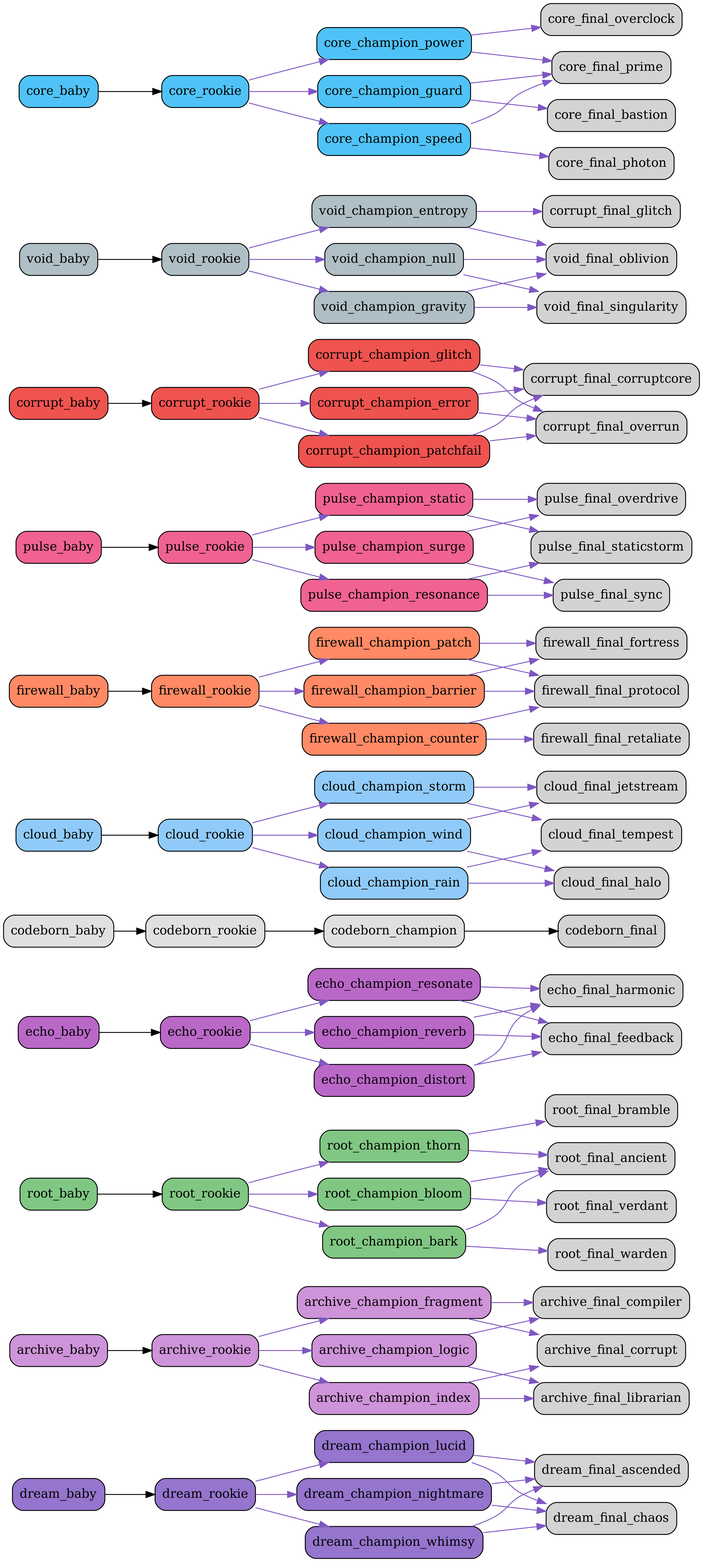
The Graphviz diagram src/netgrid/systems/evolution/graphs/full/evolution_graph.png in bwlight/NetGrid, before a commit. Its source is kept beside it as src/netgrid/systems/evolution/graphs/full/evolution_graph.dot.
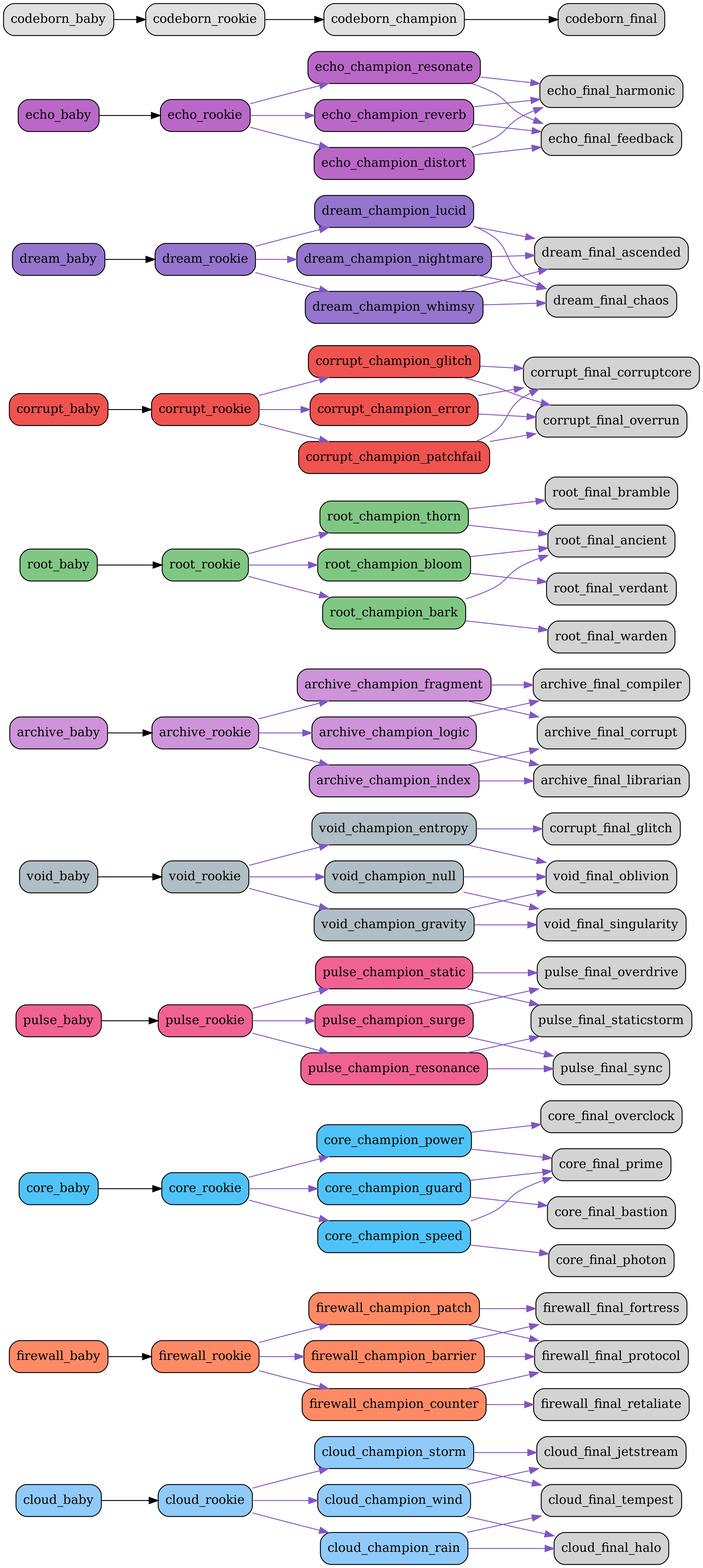
The same diagram one commit later.

Commit message:
Auto-update evolution graphs

The edit, as a diff of the source:
```diff
@@ -1,21 +1,81 @@
 digraph EvolutionTree {
   rankdir=LR;
   node [shape=box, style="rounded,filled"];
-  "dream_baby" [fillcolor="#9575cd"];
-  "dream_baby" -> "dream_rookie";
-  "dream_rookie" [fillcolor="#9575cd"];
-  "dream_rookie" -> "dream_champion_lucid" [color="#7e57c2"];
-  "dream_rookie" -> "dream_champion_nightmare" [color="#7e57c2"];
-  "dream_rookie" -> "dream_champion_whimsy" [color="#7e57c2"];
-  "dream_champion_lucid" [fillcolor="#9575cd"];
-  "dream_champion_lucid" -> "dream_final_ascended" [color="#7e57c2"];
-  "dream_champion_lucid" -> "dream_final_chaos" [color="#7e57c2"];
-  "dream_champion_nightmare" [fillcolor="#9575cd"];
-  "dream_champion_nightmare" -> "dream_final_chaos" [color="#7e57c2"];
-  "dream_champion_nightmare" -> "dream_final_ascended" [color="#7e57c2"];
-  "dream_champion_whimsy" [fillcolor="#9575cd"];
-  "dream_champion_whimsy" -> "dream_final_ascended" [color="#7e57c2"];
-  "dream_champion_whimsy" -> "dream_final_chaos" [color="#7e57c2"];
+  "cloud_baby" [fillcolor="#90caf9"];
+  "cloud_baby" -> "cloud_rookie";
+  "cloud_rookie" [fillcolor="#90caf9"];
+  "cloud_rookie" -> "cloud_champion_wind" [color="#7e57c2"];
+  "cloud_rookie" -> "cloud_champion_rain" [color="#7e57c2"];
+  "cloud_rookie" -> "cloud_champion_storm" [color="#7e57c2"];
+  "cloud_champion_wind" [fillcolor="#90caf9"];
+  "cloud_champion_wind" -> "cloud_final_jetstream" [color="#7e57c2"];
+  "cloud_champion_wind" -> "cloud_final_halo" [color="#7e57c2"];
+  "cloud_champion_rain" [fillcolor="#90caf9"];
+  "cloud_champion_rain" -> "cloud_final_halo" [color="#7e57c2"];
+  "cloud_champion_rain" -> "cloud_final_tempest" [color="#7e57c2"];
+  "cloud_champion_storm" [fillcolor="#90caf9"];
+  "cloud_champion_storm" -> "cloud_final_tempest" [color="#7e57c2"];
+  "cloud_champion_storm" -> "cloud_final_jetstream" [color="#7e57c2"];
+  "firewall_baby" [fillcolor="#ff8a65"];
+  "firewall_baby" -> "firewall_rookie";
+  "firewall_rookie" [fillcolor="#ff8a65"];
+  "firewall_rookie" -> "firewall_champion_barrier" [color="#7e57c2"];
+  "firewall_rookie" -> "firewall_champion_counter" [color="#7e57c2"];
+  "firewall_rookie" -> "firewall_champion_patch" [color="#7e57c2"];
+  "firewall_champion_barrier" [fillcolor="#ff8a65"];
+  "firewall_champion_barrier" -> "firewall_final_fortress" [color="#7e57c2"];
+  "firewall_champion_barrier" -> "firewall_final_protocol" [color="#7e57c2"];
+  "firewall_champion_counter" [fillcolor="#ff8a65"];
+  "firewall_champion_counter" -> "firewall_final_retaliate" [color="#7e57c2"];
+  "firewall_champion_counter" -> "firewall_final_protocol" [color="#7e57c2"];
+  "firewall_champion_patch" [fillcolor="#ff8a65"];
+  "firewall_champion_patch" -> "firewall_final_protocol" [color="#7e57c2"];
+  "firewall_champion_patch" -> "firewall_final_fortress" [color="#7e57c2"];
+  "core_baby" [fillcolor="#4fc3f7"];
+  "core_baby" -> "core_rookie";
+  "core_rookie" [fillcolor="#4fc3f7"];
+  "core_rookie" -> "core_champion_power" [color="#7e57c2"];
+  "core_rookie" -> "core_champion_guard" [color="#7e57c2"];
+  "core_rookie" -> "core_champion_speed" [color="#7e57c2"];
+  "core_champion_power" [fillcolor="#4fc3f7"];
+  "core_champion_power" -> "core_final_overclock" [color="#7e57c2"];
+  "core_champion_power" -> "core_final_prime" [color="#7e57c2"];
+  "core_champion_guard" [fillcolor="#4fc3f7"];
+  "core_champion_guard" -> "core_final_bastion" [color="#7e57c2"];
+  "core_champion_guard" -> "core_final_prime" [color="#7e57c2"];
+  "core_champion_speed" [fillcolor="#4fc3f7"];
+  "core_champion_speed" -> "core_final_photon" [color="#7e57c2"];
+  "core_champion_speed" -> "core_final_prime" [color="#7e57c2"];
+  "pulse_baby" [fillcolor="#f06292"];
+  "pulse_baby" -> "pulse_rookie";
+  "pulse_rookie" [fillcolor="#f06292"];
+  "pulse_rookie" -> "pulse_champion_surge" [color="#7e57c2"];
+  "pulse_rookie" -> "pulse_champion_resonance" [color="#7e57c2"];
+  "pulse_rookie" -> "pulse_champion_static" [color="#7e57c2"];
+  "pulse_champion_surge" [fillcolor="#f06292"];
+  "pulse_champion_surge" -> "pulse_final_overdrive" [color="#7e57c2"];
+  "pulse_champion_surge" -> "pulse_final_sync" [color="#7e57c2"];
+  "pulse_champion_resonance" [fillcolor="#f06292"];
+  "pulse_champion_resonance" -> "pulse_final_sync" [color="#7e57c2"];
+  "pulse_champion_resonance" -> "pulse_final_staticstorm" [color="#7e57c2"];
+  "pulse_champion_static" [fillcolor="#f06292"];
+  "pulse_champion_static" -> "pulse_final_staticstorm" [color="#7e57c2"];
+  "pulse_champion_static" -> "pulse_final_overdrive" [color="#7e57c2"];
+  "void_baby" [fillcolor="#b0bec5"];
+  "void_baby" -> "void_rookie";
+  "void_rookie" [fillcolor="#b0bec5"];
+  "void_rookie" -> "void_champion_entropy" [color="#7e57c2"];
+  "void_rookie" -> "void_champion_gravity" [color="#7e57c2"];
+  "void_rookie" -> "void_champion_null" [color="#7e57c2"];
+  "void_champion_entropy" [fillcolor="#b0bec5"];
+  "void_champion_entropy" -> "corrupt_final_glitch" [color="#7e57c2"];
+  "void_champion_entropy" -> "void_final_oblivion" [color="#7e57c2"];
+  "void_champion_gravity" [fillcolor="#b0bec5"];
+  "void_champion_gravity" -> "void_final_singularity" [color="#7e57c2"];
+  "void_champion_gravity" -> "void_final_oblivion" [color="#7e57c2"];
+  "void_champion_null" [fillcolor="#b0bec5"];
+  "void_champion_null" -> "void_final_oblivion" [color="#7e57c2"];
+  "void_champion_null" -> "void_final_singularity" [color="#7e57c2"];
   "archive_baby" [fillcolor="#ce93d8"];
   "archive_baby" -> "archive_rookie";
   "archive_rookie" [fillcolor="#ce93d8"];
@@ -46,6 +106,36 @@
   "root_champion_bark" [fillcolor="#81c784"];
   "root_champion_bark" -> "root_final_warden" [color="#7e57c2"];
   "root_champion_bark" -> "root_final_ancient" [color="#7e57c2"];
+  "corrupt_baby" [fillcolor="#ef5350"];
+  "corrupt_baby" -> "corrupt_rookie";
+  "corrupt_rookie" [fillcolor="#ef5350"];
+  "corrupt_rookie" -> "corrupt_champion_glitch" [color="#7e57c2"];
+  "corrupt_rookie" -> "corrupt_champion_error" [color="#7e57c2"];
+  "corrupt_rookie" -> "corrupt_champion_patchfail" [color="#7e57c2"];
+  "corrupt_champion_glitch" [fillcolor="#ef5350"];
+  "corrupt_champion_glitch" -> "corrupt_final_corruptcore" [color="#7e57c2"];
+  "corrupt_champion_glitch" -> "corrupt_final_overrun" [color="#7e57c2"];
+  "corrupt_champion_error" [fillcolor="#ef5350"];
+  "corrupt_champion_error" -> "corrupt_final_overrun" [color="#7e57c2"];
+  "corrupt_champion_error" -> "corrupt_final_corruptcore" [color="#7e57c2"];
+  "corrupt_champion_patchfail" [fillcolor="#ef5350"];
+  "corrupt_champion_patchfail" -> "corrupt_final_corruptcore" [color="#7e57c2"];
+  "corrupt_champion_patchfail" -> "corrupt_final_overrun" [color="#7e57c2"];
+  "dream_baby" [fillcolor="#9575cd"];
+  "dream_baby" -> "dream_rookie";
+  "dream_rookie" [fillcolor="#9575cd"];
+  "dream_rookie" -> "dream_champion_lucid" [color="#7e57c2"];
+  "dream_rookie" -> "dream_champion_nightmare" [color="#7e57c2"];
+  "dream_rookie" -> "dream_champion_whimsy" [color="#7e57c2"];
+  "dream_champion_lucid" [fillcolor="#9575cd"];
+  "dream_champion_lucid" -> "dream_final_ascended" [color="#7e57c2"];
+  "dream_champion_lucid" -> "dream_final_chaos" [color="#7e57c2"];
+  "dream_champion_nightmare" [fillcolor="#9575cd"];
+  "dream_champion_nightmare" -> "dream_final_chaos" [color="#7e57c2"];
+  "dream_champion_nightmare" -> "dream_final_ascended" [color="#7e57c2"];
+  "dream_champion_whimsy" [fillcolor="#9575cd"];
+  "dream_champion_whimsy" -> "dream_final_ascended" [color="#7e57c2"];
+  "dream_champion_whimsy" -> "dream_final_chaos" [color="#7e57c2"];
   "echo_baby" [fillcolor="#ba68c8"];
   "echo_baby" -> "echo_rookie";
   "echo_rookie" [fillcolor="#ba68c8"];
@@ -67,94 +157,4 @@
   "codeborn_rookie" -> "codeborn_champion";
   "codeborn_champion" [fillcolor="#e0e0e0"];
   "codeborn_champion" -> "codeborn_final";
-  "cloud_baby" [fillcolor="#90caf9"];
-  "cloud_baby" -> "cloud_rookie";
-  "cloud_rookie" [fillcolor="#90caf9"];
-  "cloud_rookie" -> "cloud_champion_wind" [color="#7e57c2"];
-  "cloud_rookie" -> "cloud_champion_rain" [color="#7e57c2"];
-  "cloud_rookie" -> "cloud_champion_storm" [color="#7e57c2"];
-  "cloud_champion_wind" [fillcolor="#90caf9"];
-  "cloud_champion_wind" -> "cloud_final_jetstream" [color="#7e57c2"];
-  "cloud_champion_wind" -> "cloud_final_halo" [color="#7e57c2"];
-  "cloud_champion_rain" [fillcolor="#90caf9"];
-  "cloud_champion_rain" -> "cloud_final_halo" [color="#7e57c2"];
-  "cloud_champion_rain" -> "cloud_final_tempest" [color="#7e57c2"];
-  "cloud_champion_storm" [fillcolor="#90caf9"];
-  "cloud_champion_storm" -> "cloud_final_tempest" [color="#7e57c2"];
-  "cloud_champion_storm" -> "cloud_final_jetstream" [color="#7e57c2"];
-  "firewall_baby" [fillcolor="#ff8a65"];
-  "firewall_baby" -> "firewall_rookie";
-  "firewall_rookie" [fillcolor="#ff8a65"];
-  "firewall_rookie" -> "firewall_champion_barrier" [color="#7e57c2"];
-  "firewall_rookie" -> "firewall_champion_counter" [color="#7e57c2"];
-  "firewall_rookie" -> "firewall_champion_patch" [color="#7e57c2"];
-  "firewall_champion_barrier" [fillcolor="#ff8a65"];
-  "firewall_champion_barrier" -> "firewall_final_fortress" [color="#7e57c2"];
-  "firewall_champion_barrier" -> "firewall_final_protocol" [color="#7e57c2"];
-  "firewall_champion_counter" [fillcolor="#ff8a65"];
-  "firewall_champion_counter" -> "firewall_final_retaliate" [color="#7e57c2"];
-  "firewall_champion_counter" -> "firewall_final_protocol" [color="#7e57c2"];
-  "firewall_champion_patch" [fillcolor="#ff8a65"];
-  "firewall_champion_patch" -> "firewall_final_protocol" [color="#7e57c2"];
-  "firewall_champion_patch" -> "firewall_final_fortress" [color="#7e57c2"];
-  "pulse_baby" [fillcolor="#f06292"];
-  "pulse_baby" -> "pulse_rookie";
-  "pulse_rookie" [fillcolor="#f06292"];
-  "pulse_rookie" -> "pulse_champion_surge" [color="#7e57c2"];
-  "pulse_rookie" -> "pulse_champion_resonance" [color="#7e57c2"];
-  "pulse_rookie" -> "pulse_champion_static" [color="#7e57c2"];
-  "pulse_champion_surge" [fillcolor="#f06292"];
-  "pulse_champion_surge" -> "pulse_final_overdrive" [color="#7e57c2"];
-  "pulse_champion_surge" -> "pulse_final_sync" [color="#7e57c2"];
-  "pulse_champion_resonance" [fillcolor="#f06292"];
-  "pulse_champion_resonance" -> "pulse_final_sync" [color="#7e57c2"];
-  "pulse_champion_resonance" -> "pulse_final_staticstorm" [color="#7e57c2"];
-  "pulse_champion_static" [fillcolor="#f06292"];
-  "pulse_champion_static" -> "pulse_final_staticstorm" [color="#7e57c2"];
-  "pulse_champion_static" -> "pulse_final_overdrive" [color="#7e57c2"];
-  "corrupt_baby" [fillcolor="#ef5350"];
-  "corrupt_baby" -> "corrupt_rookie";
-  "corrupt_rookie" [fillcolor="#ef5350"];
-  "corrupt_rookie" -> "corrupt_champion_glitch" [color="#7e57c2"];
-  "corrupt_rookie" -> "corrupt_champion_error" [color="#7e57c2"];
-  "corrupt_rookie" -> "corrupt_champion_patchfail" [color="#7e57c2"];
-  "corrupt_champion_glitch" [fillcolor="#ef5350"];
-  "corrupt_champion_glitch" -> "corrupt_final_corruptcore" [color="#7e57c2"];
-  "corrupt_champion_glitch" -> "corrupt_final_overrun" [color="#7e57c2"];
-  "corrupt_champion_error" [fillcolor="#ef5350"];
-  "corrupt_champion_error" -> "corrupt_final_overrun" [color="#7e57c2"];
-  "corrupt_champion_error" -> "corrupt_final_corruptcore" [color="#7e57c2"];
-  "corrupt_champion_patchfail" [fillcolor="#ef5350"];
-  "corrupt_champion_patchfail" -> "corrupt_final_corruptcore" [color="#7e57c2"];
-  "corrupt_champion_patchfail" -> "corrupt_final_overrun" [color="#7e57c2"];
-  "void_baby" [fillcolor="#b0bec5"];
-  "void_baby" -> "void_rookie";
-  "void_rookie" [fillcolor="#b0bec5"];
-  "void_rookie" -> "void_champion_entropy" [color="#7e57c2"];
-  "void_rookie" -> "void_champion_gravity" [color="#7e57c2"];
-  "void_rookie" -> "void_champion_null" [color="#7e57c2"];
-  "void_champion_entropy" [fillcolor="#b0bec5"];
-  "void_champion_entropy" -> "corrupt_final_glitch" [color="#7e57c2"];
-  "void_champion_entropy" -> "void_final_oblivion" [color="#7e57c2"];
-  "void_champion_gravity" [fillcolor="#b0bec5"];
-  "void_champion_gravity" -> "void_final_singularity" [color="#7e57c2"];
-  "void_champion_gravity" -> "void_final_oblivion" [color="#7e57c2"];
-  "void_champion_null" [fillcolor="#b0bec5"];
-  "void_champion_null" -> "void_final_oblivion" [color="#7e57c2"];
-  "void_champion_null" -> "void_final_singularity" [color="#7e57c2"];
-  "core_baby" [fillcolor="#4fc3f7"];
-  "core_baby" -> "core_rookie";
-  "core_rookie" [fillcolor="#4fc3f7"];
-  "core_rookie" -> "core_champion_power" [color="#7e57c2"];
-  "core_rookie" -> "core_champion_guard" [color="#7e57c2"];
-  "core_rookie" -> "core_champion_speed" [color="#7e57c2"];
-  "core_champion_power" [fillcolor="#4fc3f7"];
-  "core_champion_power" -> "core_final_overclock" [color="#7e57c2"];
-  "core_champion_power" -> "core_final_prime" [color="#7e57c2"];
-  "core_champion_guard" [fillcolor="#4fc3f7"];
-  "core_champion_guard" -> "core_final_bastion" [color="#7e57c2"];
-  "core_champion_guard" -> "core_final_prime" [color="#7e57c2"];
-  "core_champion_speed" [fillcolor="#4fc3f7"];
-  "core_champion_speed" -> "core_final_photon" [color="#7e57c2"];
-  "core_champion_speed" -> "core_final_prime" [color="#7e57c2"];
 }
```
